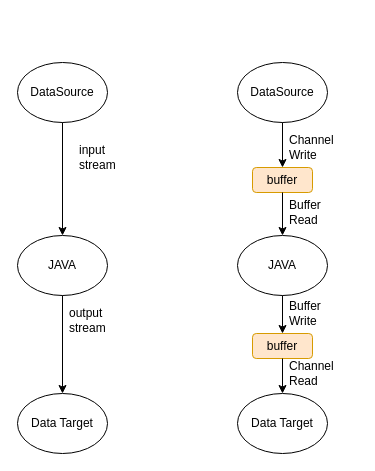
This is 자바nio.drawio from hyomee/document, a draw.io file, before an edit. Source tidied: cells renumbered, new cells numbered last; positions are measured from the earlier drawing's top-left corner, leaving out a move shared by most shapes. Both pictures are drawn from the tidied source at 100%, with x=0, y=0 at pixel (17, 62).
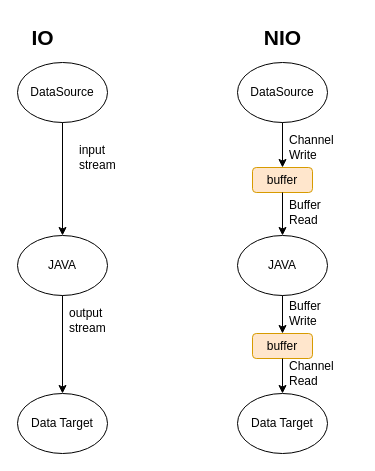
The same diagram, later.

Commit message (it also covers changes not shown here):
자바nio.drawio 업데이트

The edit, as a diff of the source:
```diff
@@
+    <mxCell id="22" value="IO" style="text;html=1;align=center;verticalAlign=middle;strokeColor=none;fillColor=none;fontStyle=1;fontSize=21;" parent="1" vertex="1">
+      <mxGeometry y="-45" width="50" height="40" as="geometry" />
+    </mxCell>
+    <mxCell id="23" value="NIO" style="text;html=1;align=center;verticalAlign=middle;strokeColor=none;fillColor=none;fontStyle=1;fontSize=21;" parent="1" vertex="1">
+      <mxGeometry x="235" y="-45" width="60" height="40" as="geometry" />
+    </mxCell>
```
